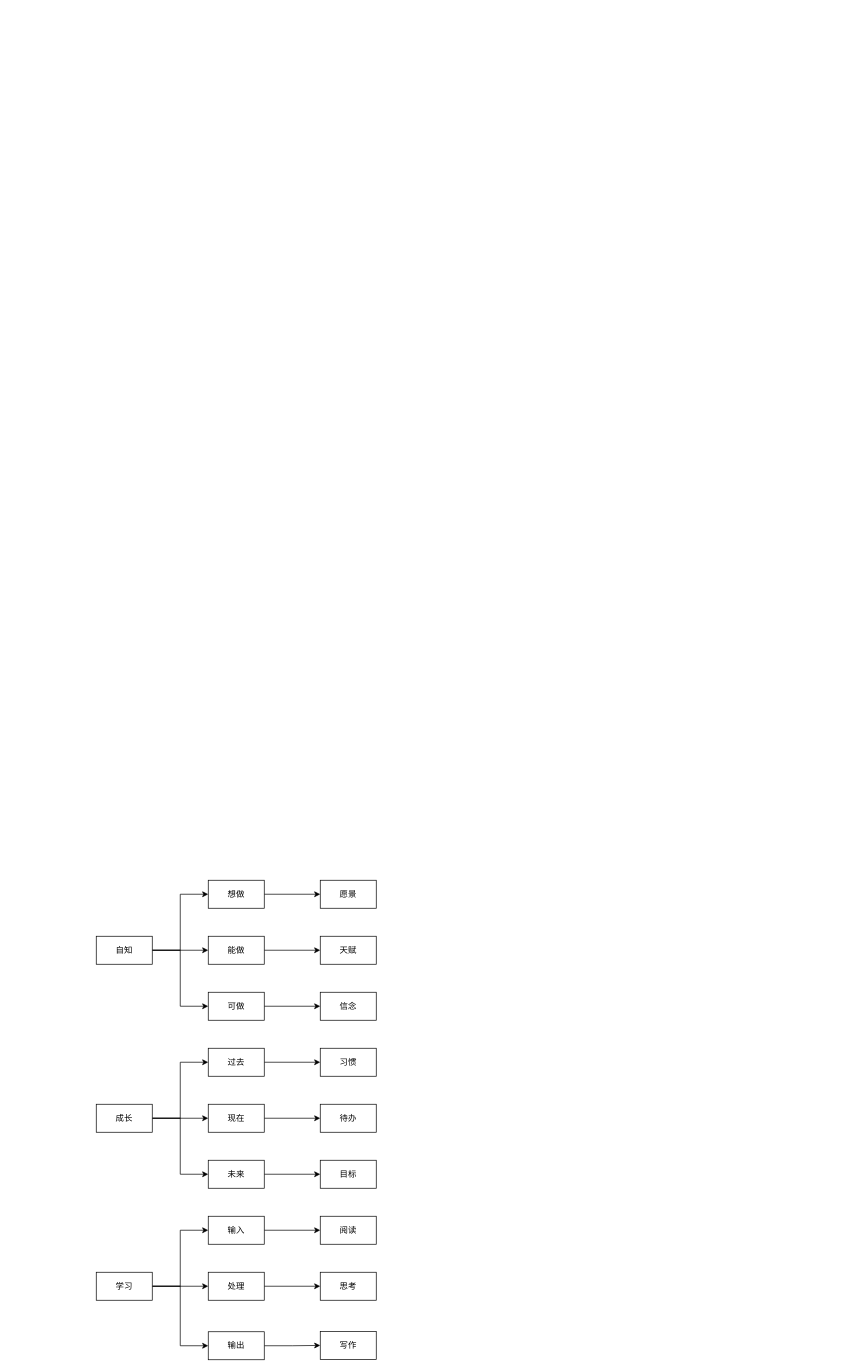
youyusan/life_system keeps this draw.io diagram as 人生系统.drawio. Above is the earlier version. Source tidied: cells renumbered, new cells numbered last; positions are measured from the earlier drawing's top-left corner, leaving out a move shared by most shapes. Both pictures are drawn from the tidied source at 70%, with x=0, y=0 at pixel (96, 880).
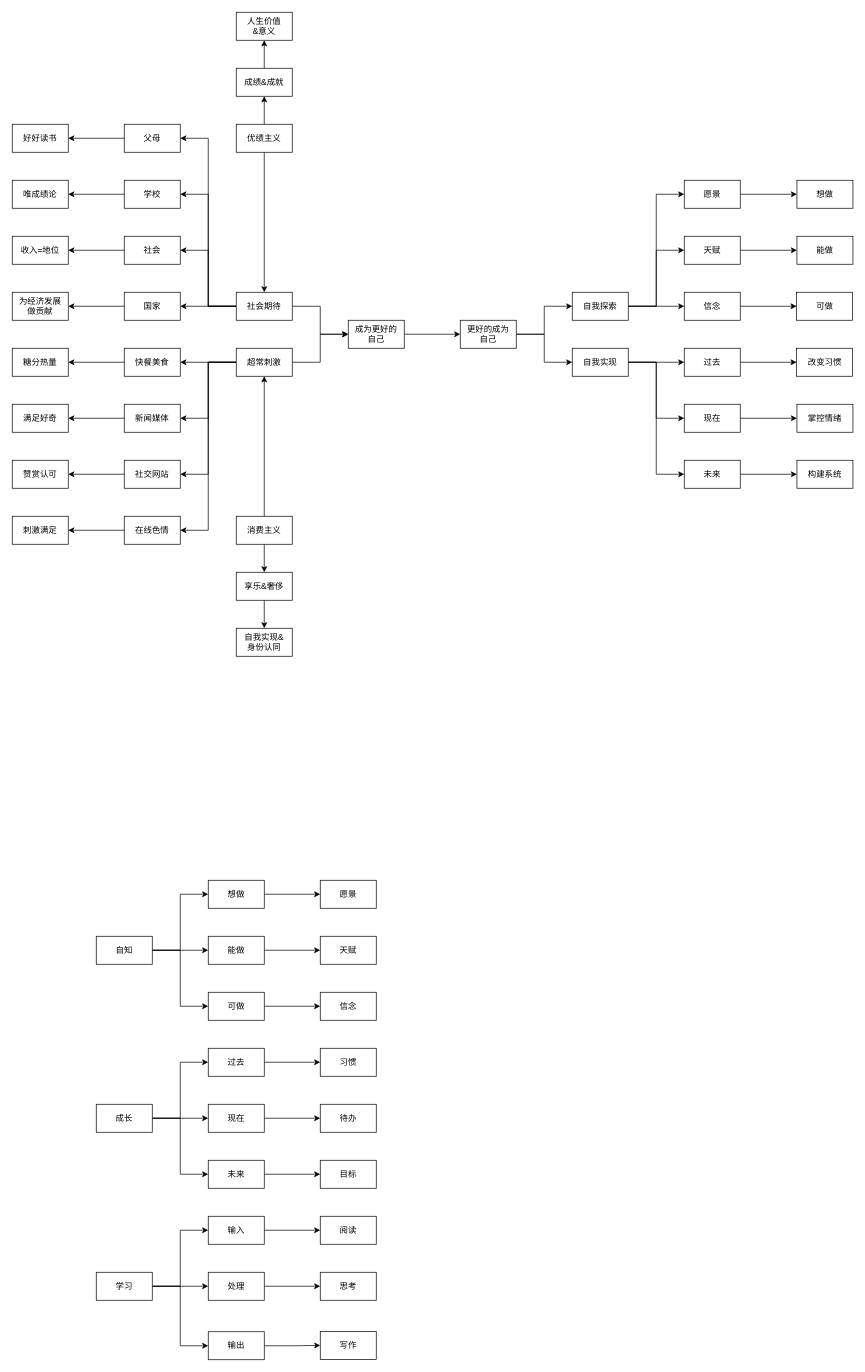
The same page after the edit.

Commit message:
更新人生系统.drawio

Change to the diagram source:
```diff
@@
+    <mxCell id="41" style="edgeStyle=orthogonalEdgeStyle;rounded=0;jettySize=auto;html=1;" parent="1" edge="1" source="42" target="45">
+      <mxGeometry relative="1" as="geometry" />
+    </mxCell>
+    <mxCell id="42" value="成为更好的&lt;br&gt;自己" style="rounded=0;whiteSpace=wrap;html=1;" parent="1" vertex="1">
+      <mxGeometry x="360" y="-800" width="80" height="40" as="geometry" />
+    </mxCell>
+    <mxCell id="43" style="edgeStyle=orthogonalEdgeStyle;rounded=0;jettySize=auto;html=1;entryX=0;entryY=0.5;entryDx=0;entryDy=0;" parent="1" edge="1" source="45" target="97">
+      <mxGeometry relative="1" as="geometry" />
+    </mxCell>
+    <mxCell id="44" style="edgeStyle=orthogonalEdgeStyle;rounded=0;jettySize=auto;html=1;" parent="1" edge="1" source="45" target="101">
+      <mxGeometry relative="1" as="geometry" />
+    </mxCell>
+    <mxCell id="45" value="更好的成为&lt;br&gt;自己" style="rounded=0;whiteSpace=wrap;html=1;" parent="1" vertex="1">
+      <mxGeometry x="520" y="-800" width="80" height="40" as="geometry" />
+    </mxCell>
+    <mxCell id="46" style="edgeStyle=orthogonalEdgeStyle;rounded=0;jettySize=auto;html=1;" parent="1" edge="1" source="48" target="54">
+      <mxGeometry relative="1" as="geometry" />
+    </mxCell>
+    <mxCell id="47" style="edgeStyle=orthogonalEdgeStyle;rounded=0;jettySize=auto;html=1;entryX=0.5;entryY=1;entryDx=0;entryDy=0;" parent="1" edge="1" source="48" target="77">
+      <mxGeometry relative="1" as="geometry" />
+    </mxCell>
+    <mxCell id="48" value="优绩主义" style="rounded=0;whiteSpace=wrap;html=1;" parent="1" vertex="1">
+      <mxGeometry x="200" y="-1080" width="80" height="40" as="geometry" />
+    </mxCell>
+    <mxCell id="49" style="edgeStyle=orthogonalEdgeStyle;rounded=0;jettySize=auto;html=1;entryX=0;entryY=0.5;entryDx=0;entryDy=0;" parent="1" edge="1" source="54" target="42">
+      <mxGeometry relative="1" as="geometry" />
+    </mxCell>
+    <mxCell id="50" style="edgeStyle=orthogonalEdgeStyle;rounded=0;jettySize=auto;html=1;entryX=1;entryY=0.5;entryDx=0;entryDy=0;" parent="1" edge="1" source="54" target="65">
+      <mxGeometry relative="1" as="geometry" />
+    </mxCell>
+    <mxCell id="51" style="edgeStyle=orthogonalEdgeStyle;rounded=0;jettySize=auto;html=1;entryX=1;entryY=0.5;entryDx=0;entryDy=0;" parent="1" edge="1" source="54" target="67">
+      <mxGeometry relative="1" as="geometry" />
+    </mxCell>
+    <mxCell id="52" style="edgeStyle=orthogonalEdgeStyle;rounded=0;jettySize=auto;html=1;entryX=1;entryY=0.5;entryDx=0;entryDy=0;" parent="1" edge="1" source="54" target="69">
+      <mxGeometry relative="1" as="geometry" />
+    </mxCell>
+    <mxCell id="53" style="edgeStyle=orthogonalEdgeStyle;rounded=0;jettySize=auto;html=1;entryX=1;entryY=0.5;entryDx=0;entryDy=0;" parent="1" edge="1" source="54" target="71">
+      <mxGeometry relative="1" as="geometry" />
+    </mxCell>
+    <mxCell id="54" value="社会期待" style="rounded=0;whiteSpace=wrap;html=1;" parent="1" vertex="1">
+      <mxGeometry x="200" y="-840" width="80" height="40" as="geometry" />
+    </mxCell>
+    <mxCell id="55" style="edgeStyle=orthogonalEdgeStyle;rounded=0;jettySize=auto;html=1;" parent="1" edge="1" source="60" target="42">
+      <mxGeometry relative="1" as="geometry" />
+    </mxCell>
+    <mxCell id="56" style="edgeStyle=orthogonalEdgeStyle;rounded=0;jettySize=auto;html=1;entryX=1;entryY=0.5;entryDx=0;entryDy=0;" parent="1" edge="1" source="60" target="89">
+      <mxGeometry relative="1" as="geometry" />
+    </mxCell>
+    <mxCell id="57" style="edgeStyle=orthogonalEdgeStyle;rounded=0;jettySize=auto;html=1;entryX=1;entryY=0.5;entryDx=0;entryDy=0;" parent="1" edge="1" source="60" target="87">
+      <mxGeometry relative="1" as="geometry" />
+    </mxCell>
+    <mxCell id="58" style="edgeStyle=orthogonalEdgeStyle;rounded=0;jettySize=auto;html=1;entryX=1;entryY=0.5;entryDx=0;entryDy=0;" parent="1" edge="1" source="60" target="83">
+      <mxGeometry relative="1" as="geometry" />
+    </mxCell>
+    <mxCell id="59" style="edgeStyle=orthogonalEdgeStyle;rounded=0;jettySize=auto;html=1;entryX=1;entryY=0.5;entryDx=0;entryDy=0;" parent="1" edge="1" source="60" target="85">
+      <mxGeometry relative="1" as="geometry" />
+    </mxCell>
+    <mxCell id="60" value="超常刺激" style="rounded=0;whiteSpace=wrap;html=1;" parent="1" vertex="1">
+      <mxGeometry x="200" y="-760" width="80" height="40" as="geometry" />
+    </mxCell>
+    <mxCell id="61" style="edgeStyle=orthogonalEdgeStyle;rounded=0;jettySize=auto;html=1;" parent="1" edge="1" source="63" target="60">
+      <mxGeometry relative="1" as="geometry" />
+    </mxCell>
+    <mxCell id="62" style="edgeStyle=orthogonalEdgeStyle;rounded=0;jettySize=auto;html=1;" parent="1" edge="1" source="63" target="80">
+      <mxGeometry relative="1" as="geometry" />
+    </mxCell>
+    <mxCell id="63" value="消费主义" style="rounded=0;whiteSpace=wrap;html=1;" parent="1" vertex="1">
+      <mxGeometry x="200" y="-520" width="80" height="40" as="geometry" />
+    </mxCell>
+    <mxCell id="64" style="edgeStyle=orthogonalEdgeStyle;rounded=0;jettySize=auto;html=1;" parent="1" edge="1" source="65" target="72">
+      <mxGeometry relative="1" as="geometry" />
+    </mxCell>
+    <mxCell id="65" value="父母" style="rounded=0;whiteSpace=wrap;html=1;" parent="1" vertex="1">
+      <mxGeometry x="40" y="-1080" width="80" height="40" as="geometry" />
+    </mxCell>
+    <mxCell id="66" style="edgeStyle=orthogonalEdgeStyle;rounded=0;jettySize=auto;html=1;" parent="1" edge="1" source="67" target="73">
+      <mxGeometry relative="1" as="geometry" />
+    </mxCell>
+    <mxCell id="67" value="学校" style="rounded=0;whiteSpace=wrap;html=1;" parent="1" vertex="1">
+      <mxGeometry x="40" y="-1000" width="80" height="40" as="geometry" />
+    </mxCell>
+    <mxCell id="68" style="edgeStyle=orthogonalEdgeStyle;rounded=0;jettySize=auto;html=1;" parent="1" edge="1" source="69" target="74">
+      <mxGeometry relative="1" as="geometry" />
+    </mxCell>
+    <mxCell id="69" value="社会" style="rounded=0;whiteSpace=wrap;html=1;" parent="1" vertex="1">
+      <mxGeometry x="40" y="-920" width="80" height="40" as="geometry" />
+    </mxCell>
+    <mxCell id="70" style="edgeStyle=orthogonalEdgeStyle;rounded=0;jettySize=auto;html=1;" parent="1" edge="1" source="71" target="75">
+      <mxGeometry relative="1" as="geometry" />
+    </mxCell>
+    <mxCell id="71" value="国家" style="rounded=0;whiteSpace=wrap;html=1;" parent="1" vertex="1">
+      <mxGeometry x="40" y="-840" width="80" height="40" as="geometry" />
+    </mxCell>
+    <mxCell id="72" value="好好读书" style="rounded=0;whiteSpace=wrap;html=1;" parent="1" vertex="1">
+      <mxGeometry x="-120" y="-1080" width="80" height="40" as="geometry" />
+    </mxCell>
+    <mxCell id="73" value="唯成绩论" style="rounded=0;whiteSpace=wrap;html=1;" parent="1" vertex="1">
+      <mxGeometry x="-120" y="-1000" width="80" height="40" as="geometry" />
+    </mxCell>
+    <mxCell id="74" value="收入=地位" style="rounded=0;whiteSpace=wrap;html=1;" parent="1" vertex="1">
+      <mxGeometry x="-120" y="-920" width="80" height="40" as="geometry" />
+    </mxCell>
+    <mxCell id="75" value="为经济发展&lt;br&gt;做贡献" style="rounded=0;whiteSpace=wrap;html=1;" parent="1" vertex="1">
+      <mxGeometry x="-120" y="-840" width="80" height="40" as="geometry" />
+    </mxCell>
+    <mxCell id="76" style="edgeStyle=orthogonalEdgeStyle;rounded=0;jettySize=auto;html=1;entryX=0.5;entryY=1;entryDx=0;entryDy=0;" parent="1" edge="1" source="77" target="78">
+      <mxGeometry relative="1" as="geometry" />
+    </mxCell>
+    <mxCell id="77" value="成绩&amp;amp;成就" style="rounded=0;whiteSpace=wrap;html=1;" parent="1" vertex="1">
+      <mxGeometry x="200" y="-1160" width="80" height="40" as="geometry" />
+    </mxCell>
+    <mxCell id="78" value="人生价值&lt;br&gt;&amp;amp;意义" style="rounded=0;whiteSpace=wrap;html=1;" parent="1" vertex="1">
+      <mxGeometry x="200" y="-1240" width="80" height="40" as="geometry" />
+    </mxCell>
+    <mxCell id="79" style="edgeStyle=orthogonalEdgeStyle;rounded=0;jettySize=auto;html=1;" parent="1" edge="1" source="80" target="81">
+      <mxGeometry relative="1" as="geometry" />
+    </mxCell>
+    <mxCell id="80" value="享乐&amp;amp;奢侈" style="rounded=0;whiteSpace=wrap;html=1;" parent="1" vertex="1">
+      <mxGeometry x="200" y="-440" width="80" height="40" as="geometry" />
+    </mxCell>
+    <mxCell id="81" value="自我实现&amp;amp;&lt;br&gt;身份认同" style="rounded=0;whiteSpace=wrap;html=1;" parent="1" vertex="1">
+      <mxGeometry x="200" y="-360" width="80" height="40" as="geometry" />
+    </mxCell>
+    <mxCell id="82" style="edgeStyle=orthogonalEdgeStyle;rounded=0;jettySize=auto;html=1;" parent="1" edge="1" source="83" target="91">
+      <mxGeometry relative="1" as="geometry" />
+    </mxCell>
+    <mxCell id="83" value="社交网站" style="rounded=0;whiteSpace=wrap;html=1;" parent="1" vertex="1">
+      <mxGeometry x="40" y="-600" width="80" height="40" as="geometry" />
+    </mxCell>
+    <mxCell id="84" style="edgeStyle=orthogonalEdgeStyle;rounded=0;jettySize=auto;html=1;" parent="1" edge="1" source="85" target="92">
+      <mxGeometry relative="1" as="geometry" />
+    </mxCell>
+    <mxCell id="85" value="在线色情" style="rounded=0;whiteSpace=wrap;html=1;" parent="1" vertex="1">
+      <mxGeometry x="40" y="-520" width="80" height="40" as="geometry" />
+    </mxCell>
+    <mxCell id="86" style="edgeStyle=orthogonalEdgeStyle;rounded=0;jettySize=auto;html=1;" parent="1" edge="1" source="87" target="90">
+      <mxGeometry relative="1" as="geometry" />
+    </mxCell>
+    <mxCell id="87" value="新闻媒体" style="rounded=0;whiteSpace=wrap;html=1;" parent="1" vertex="1">
+      <mxGeometry x="40" y="-680" width="80" height="40" as="geometry" />
+    </mxCell>
+    <mxCell id="88" style="edgeStyle=orthogonalEdgeStyle;rounded=0;jettySize=auto;html=1;entryX=1;entryY=0.5;entryDx=0;entryDy=0;" parent="1" edge="1" source="89" target="93">
+      <mxGeometry relative="1" as="geometry" />
+    </mxCell>
+    <mxCell id="89" value="快餐美食" style="rounded=0;whiteSpace=wrap;html=1;" parent="1" vertex="1">
+      <mxGeometry x="40" y="-760" width="80" height="40" as="geometry" />
+    </mxCell>
+    <mxCell id="90" value="满足好奇" style="rounded=0;whiteSpace=wrap;html=1;" parent="1" vertex="1">
+      <mxGeometry x="-120" y="-680" width="80" height="40" as="geometry" />
+    </mxCell>
+    <mxCell id="91" value="赞赏认可" style="rounded=0;whiteSpace=wrap;html=1;" parent="1" vertex="1">
+      <mxGeometry x="-120" y="-600" width="80" height="40" as="geometry" />
+    </mxCell>
+    <mxCell id="92" value="刺激满足" style="rounded=0;whiteSpace=wrap;html=1;" parent="1" vertex="1">
+      <mxGeometry x="-120" y="-520" width="80" height="40" as="geometry" />
+    </mxCell>
+    <mxCell id="93" value="糖分热量" style="rounded=0;whiteSpace=wrap;html=1;" parent="1" vertex="1">
+      <mxGeometry x="-120" y="-760" width="80" height="40" as="geometry" />
+    </mxCell>
+    <mxCell id="94" style="edgeStyle=orthogonalEdgeStyle;rounded=0;jettySize=auto;html=1;entryX=0;entryY=0.5;entryDx=0;entryDy=0;" parent="1" edge="1" source="97" target="103">
+      <mxGeometry relative="1" as="geometry" />
+    </mxCell>
+    <mxCell id="95" style="edgeStyle=orthogonalEdgeStyle;rounded=0;jettySize=auto;html=1;entryX=0;entryY=0.5;entryDx=0;entryDy=0;" parent="1" edge="1" source="97" target="105">
+      <mxGeometry relative="1" as="geometry" />
+    </mxCell>
+    <mxCell id="96" style="edgeStyle=orthogonalEdgeStyle;rounded=0;jettySize=auto;html=1;" parent="1" edge="1" source="97" target="107">
+      <mxGeometry relative="1" as="geometry" />
+    </mxCell>
+    <mxCell id="97" value="自我探索" style="rounded=0;whiteSpace=wrap;html=1;" parent="1" vertex="1">
+      <mxGeometry x="680" y="-840" width="80" height="40" as="geometry" />
+    </mxCell>
+    <mxCell id="98" style="edgeStyle=orthogonalEdgeStyle;rounded=0;jettySize=auto;html=1;" parent="1" edge="1" source="101" target="112">
+      <mxGeometry relative="1" as="geometry" />
+    </mxCell>
+    <mxCell id="99" style="edgeStyle=orthogonalEdgeStyle;rounded=0;jettySize=auto;html=1;entryX=0;entryY=0.5;entryDx=0;entryDy=0;" parent="1" edge="1" source="101" target="114">
+      <mxGeometry relative="1" as="geometry" />
+    </mxCell>
+    <mxCell id="100" style="edgeStyle=orthogonalEdgeStyle;rounded=0;jettySize=auto;html=1;entryX=0;entryY=0.5;entryDx=0;entryDy=0;" parent="1" edge="1" source="101" target="116">
+      <mxGeometry relative="1" as="geometry" />
+    </mxCell>
+    <mxCell id="101" value="自我实现" style="rounded=0;whiteSpace=wrap;html=1;" parent="1" vertex="1">
+      <mxGeometry x="680" y="-760" width="80" height="40" as="geometry" />
+    </mxCell>
+    <mxCell id="102" style="edgeStyle=orthogonalEdgeStyle;rounded=0;jettySize=auto;html=1;entryX=0;entryY=0.5;entryDx=0;entryDy=0;" parent="1" edge="1" source="103" target="108">
+      <mxGeometry relative="1" as="geometry" />
+    </mxCell>
+    <mxCell id="103" value="愿景" style="rounded=0;whiteSpace=wrap;html=1;" parent="1" vertex="1">
+      <mxGeometry x="840" y="-1000" width="80" height="40" as="geometry" />
+    </mxCell>
+    <mxCell id="104" style="edgeStyle=orthogonalEdgeStyle;rounded=0;jettySize=auto;html=1;" parent="1" edge="1" source="105" target="109">
+      <mxGeometry relative="1" as="geometry" />
+    </mxCell>
+    <mxCell id="105" value="天赋" style="rounded=0;whiteSpace=wrap;html=1;" parent="1" vertex="1">
+      <mxGeometry x="840" y="-920" width="80" height="40" as="geometry" />
+    </mxCell>
+    <mxCell id="106" style="edgeStyle=orthogonalEdgeStyle;rounded=0;jettySize=auto;html=1;" parent="1" edge="1" source="107" target="110">
+      <mxGeometry relative="1" as="geometry" />
+    </mxCell>
+    <mxCell id="107" value="信念" style="rounded=0;whiteSpace=wrap;html=1;" parent="1" vertex="1">
+      <mxGeometry x="840" y="-840" width="80" height="40" as="geometry" />
+    </mxCell>
+    <mxCell id="108" value="想做" style="rounded=0;whiteSpace=wrap;html=1;" parent="1" vertex="1">
+      <mxGeometry x="1001" y="-1000" width="80" height="40" as="geometry" />
+    </mxCell>
+    <mxCell id="109" value="能做" style="rounded=0;whiteSpace=wrap;html=1;" parent="1" vertex="1">
+      <mxGeometry x="1001" y="-920" width="80" height="40" as="geometry" />
+    </mxCell>
+    <mxCell id="110" value="可做" style="rounded=0;whiteSpace=wrap;html=1;" parent="1" vertex="1">
+      <mxGeometry x="1000.5" y="-840" width="80" height="40" as="geometry" />
+    </mxCell>
+    <mxCell id="111" style="edgeStyle=orthogonalEdgeStyle;rounded=0;jettySize=auto;html=1;" parent="1" edge="1" source="112" target="117">
+      <mxGeometry relative="1" as="geometry" />
+    </mxCell>
+    <mxCell id="112" value="过去" style="rounded=0;whiteSpace=wrap;html=1;" parent="1" vertex="1">
+      <mxGeometry x="840" y="-760" width="80" height="40" as="geometry" />
+    </mxCell>
+    <mxCell id="113" style="edgeStyle=orthogonalEdgeStyle;rounded=0;jettySize=auto;html=1;" parent="1" edge="1" source="114" target="118">
+      <mxGeometry relative="1" as="geometry" />
+    </mxCell>
+    <mxCell id="114" value="现在" style="rounded=0;whiteSpace=wrap;html=1;" parent="1" vertex="1">
+      <mxGeometry x="840" y="-680" width="80" height="40" as="geometry" />
+    </mxCell>
+    <mxCell id="115" style="edgeStyle=orthogonalEdgeStyle;rounded=0;jettySize=auto;html=1;" parent="1" edge="1" source="116" target="119">
+      <mxGeometry relative="1" as="geometry" />
+    </mxCell>
+    <mxCell id="116" value="未来" style="rounded=0;whiteSpace=wrap;html=1;" parent="1" vertex="1">
+      <mxGeometry x="840" y="-600" width="80" height="40" as="geometry" />
+    </mxCell>
+    <mxCell id="117" value="改变习惯" style="rounded=0;whiteSpace=wrap;html=1;" parent="1" vertex="1">
+      <mxGeometry x="1000.5" y="-760" width="80" height="40" as="geometry" />
+    </mxCell>
+    <mxCell id="118" value="掌控情绪" style="rounded=0;whiteSpace=wrap;html=1;" parent="1" vertex="1">
+      <mxGeometry x="1001" y="-680" width="80" height="40" as="geometry" />
+    </mxCell>
+    <mxCell id="119" value="构建系统" style="rounded=0;whiteSpace=wrap;html=1;" parent="1" vertex="1">
+      <mxGeometry x="1001" y="-600" width="80" height="40" as="geometry" />
+    </mxCell>
```
